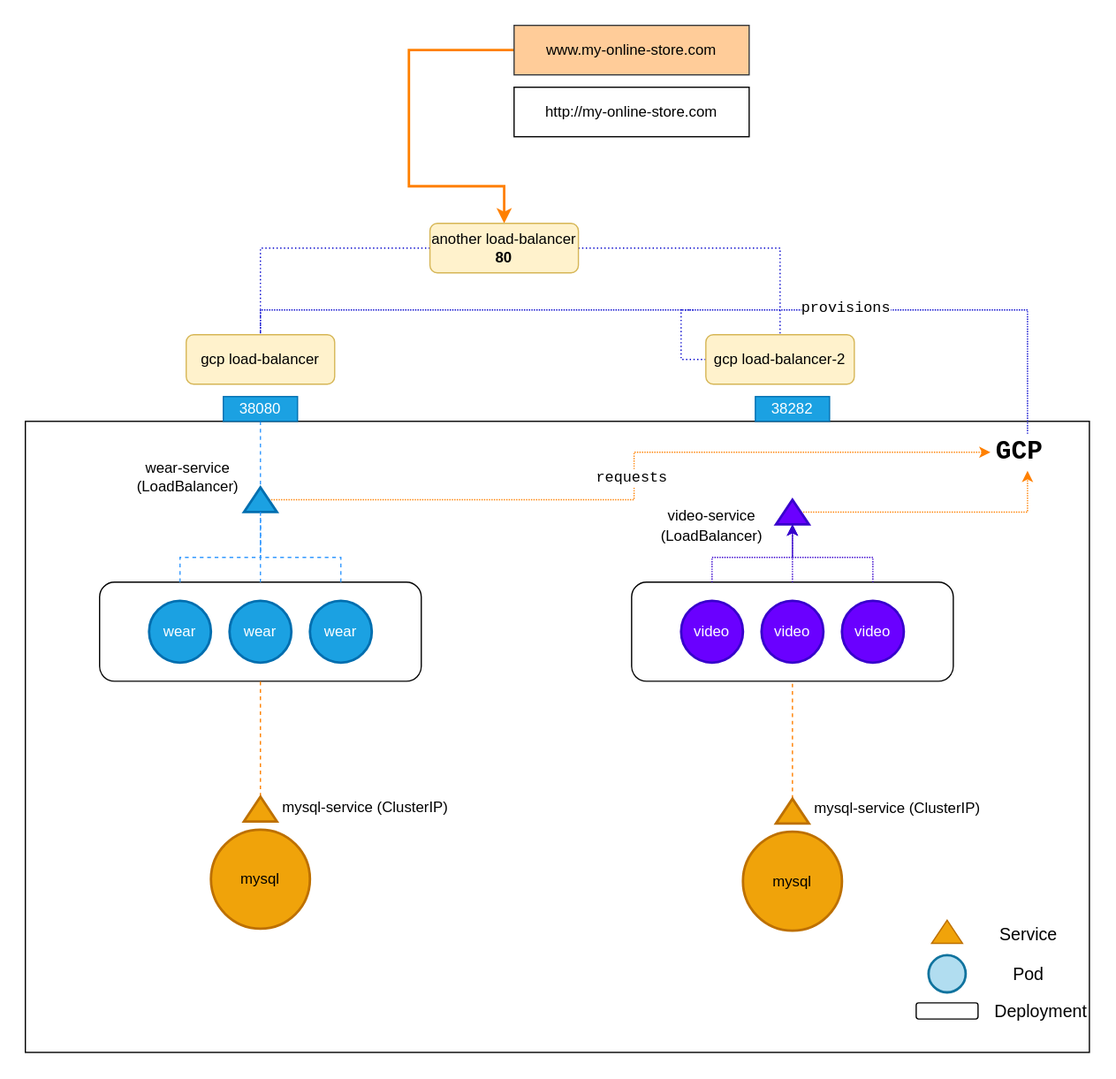
Before: assets/networking-GCP ingress-2.svg, a diagram exported from draw.io (aditya109/journey-CKA). Source tidied: cells renumbered, new cells last; positions are measured from the earlier drawing's top-left corner, leaving out a move shared by most shapes.
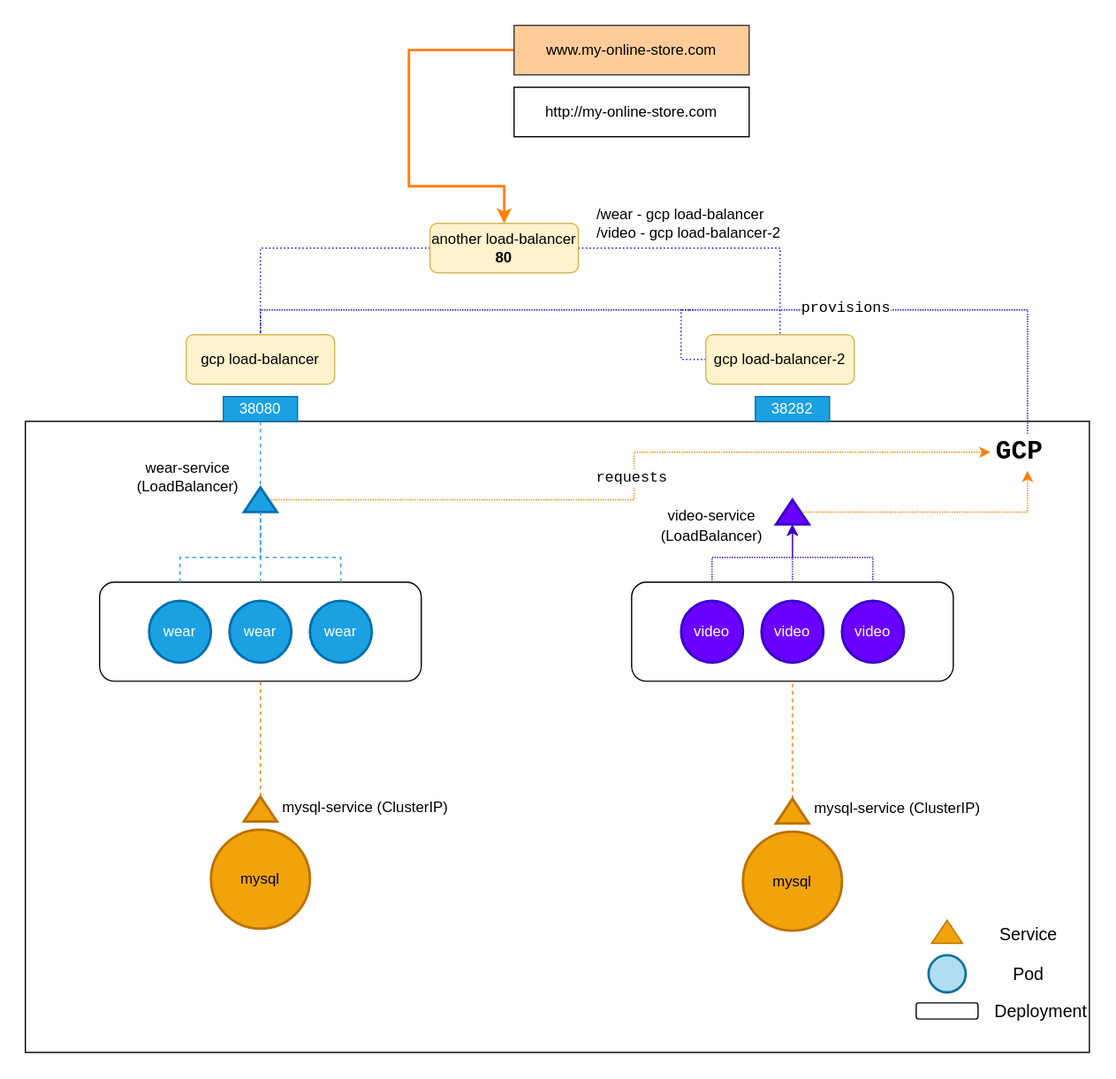
Above is the later version.

Diff of the diagram source:
```diff
@@ -204,5 +204,8 @@
     <mxCell id="52" value="mysql-service (ClusterIP)" style="text;html=1;strokeColor=none;fillColor=none;align=center;verticalAlign=middle;whiteSpace=wrap;rounded=0;" parent="1" vertex="1">
       <mxGeometry x="630" y="618.3" width="150" height="30" as="geometry" />
     </mxCell>
+    <mxCell id="53" value="/wear - gcp load-balancer&lt;br&gt;/video - gcp load-balancer-2" style="text;html=1;strokeColor=none;fillColor=none;align=left;verticalAlign=middle;whiteSpace=wrap;rounded=0;fontFamily=Helvetica;fontSize=12;" parent="1" vertex="1">
+      <mxGeometry x="460" y="140" width="170" height="40" as="geometry" />
+    </mxCell>
   </root>
 </mxGraphModel>
```
